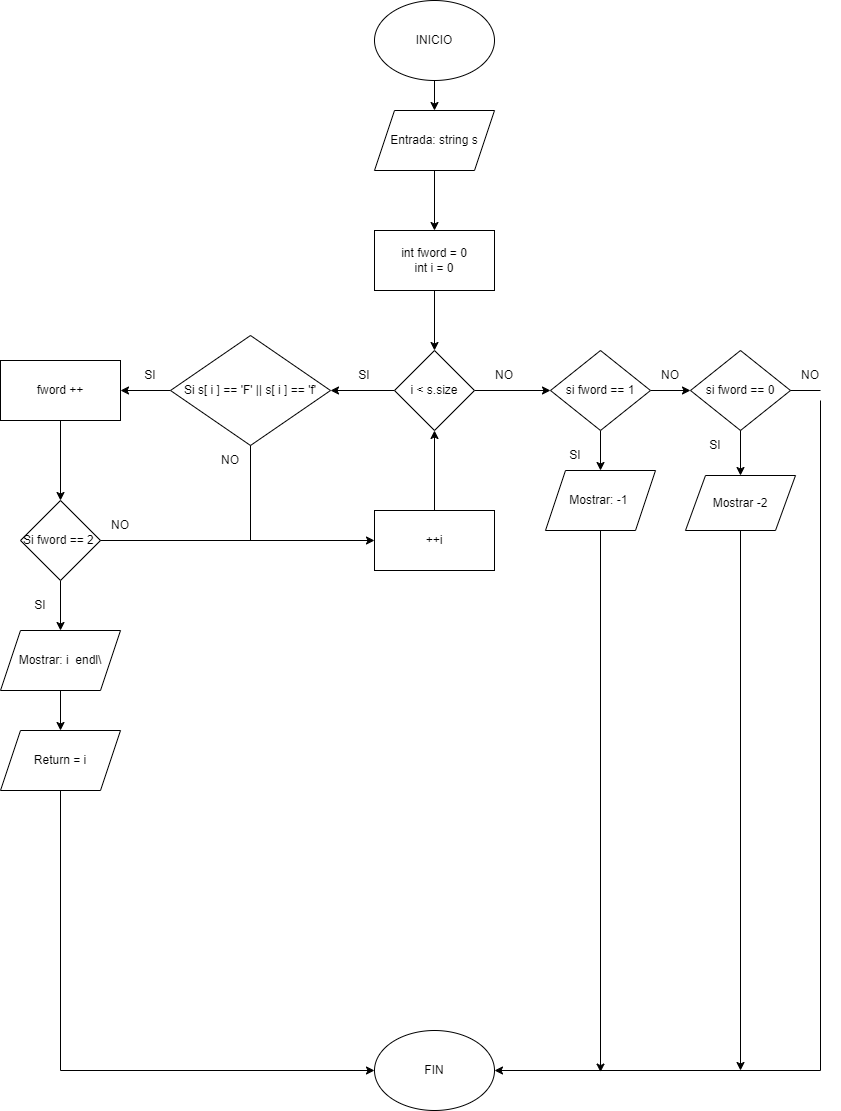
Before: Practico_2/Exercise 9 (practico 2 )drawio.drawio.png, a diagram exported from draw.io (AlfredoZC/Diagramas-de-flujo). Source tidied: cells renumbered, new cells last; positions are measured from the earlier drawing's top-left corner, leaving out a move shared by most shapes.
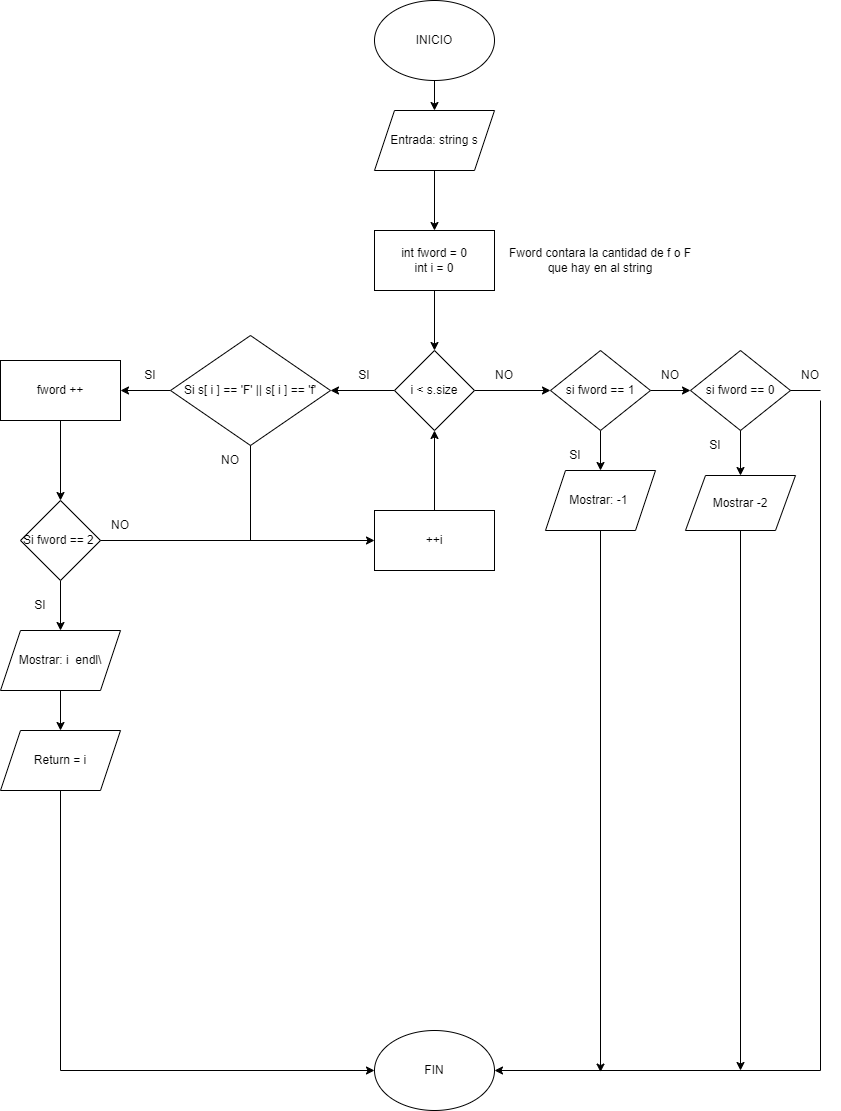
The same diagram one commit later.

What changed in the source:
```diff
@@ -161,5 +161,8 @@
     <mxCell id="47" value="SI" style="text;html=1;align=center;verticalAlign=middle;whiteSpace=wrap;rounded=0;" parent="1" vertex="1">
       <mxGeometry x="685" y="430" width="60" height="30" as="geometry" />
     </mxCell>
+    <mxCell id="48" value="Fword contara la cantidad de f o F que hay en al string" style="text;html=1;align=center;verticalAlign=middle;whiteSpace=wrap;rounded=0;" parent="1" vertex="1">
+      <mxGeometry x="500" y="245" width="200" height="30" as="geometry" />
+    </mxCell>
   </root>
 </mxGraphModel>
```
